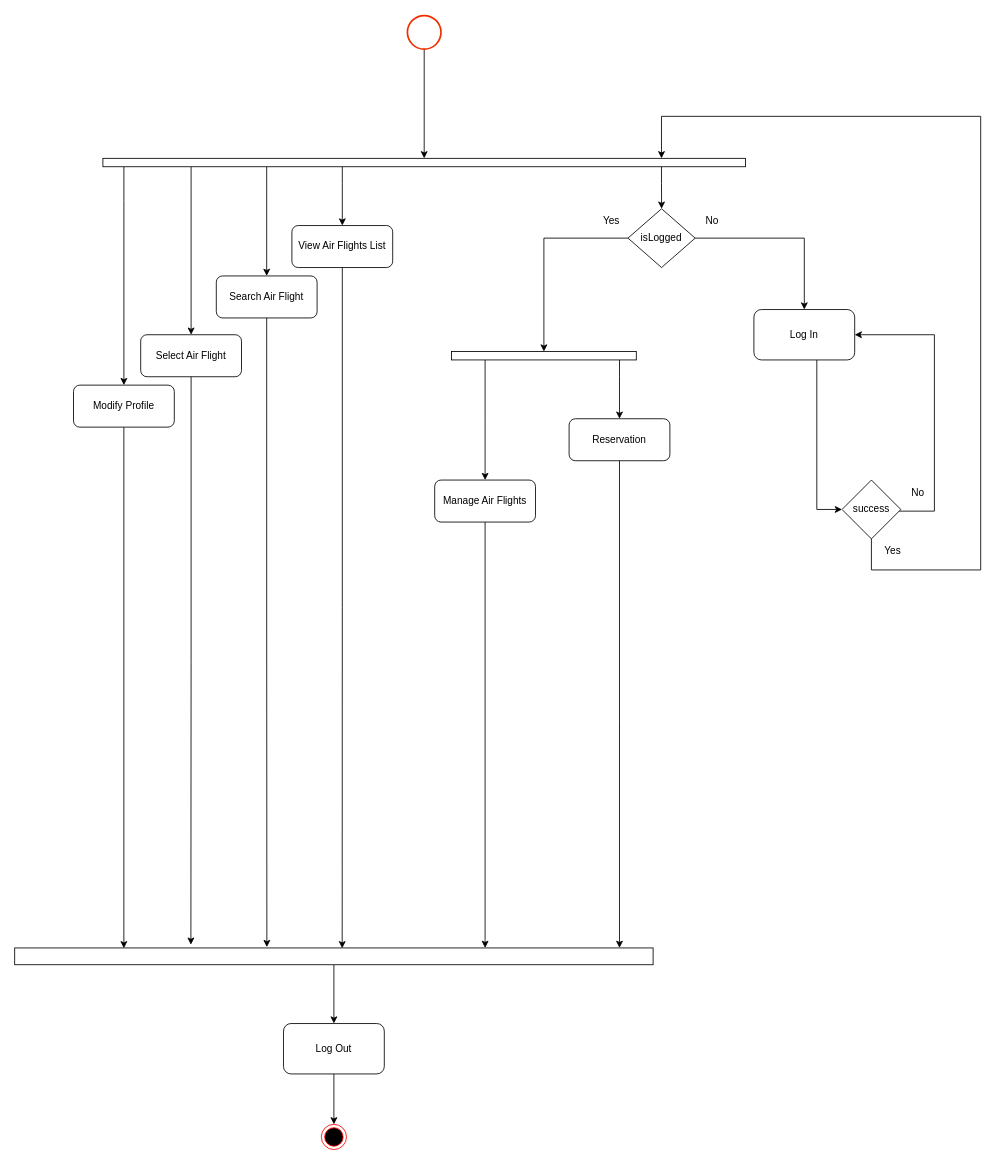
popescumadalin0/air-flight keeps this draw.io diagram as page "ActivityEmployee" (3 of 9) of Diagrams.drawio. Above is the earlier version. Source tidied: cells renumbered, new cells numbered last; positions are measured from the earlier drawing's top-left corner, leaving out a move shared by most shapes. Both pictures are drawn from the tidied source at 84%, with x=0, y=0 at pixel (14, 15).
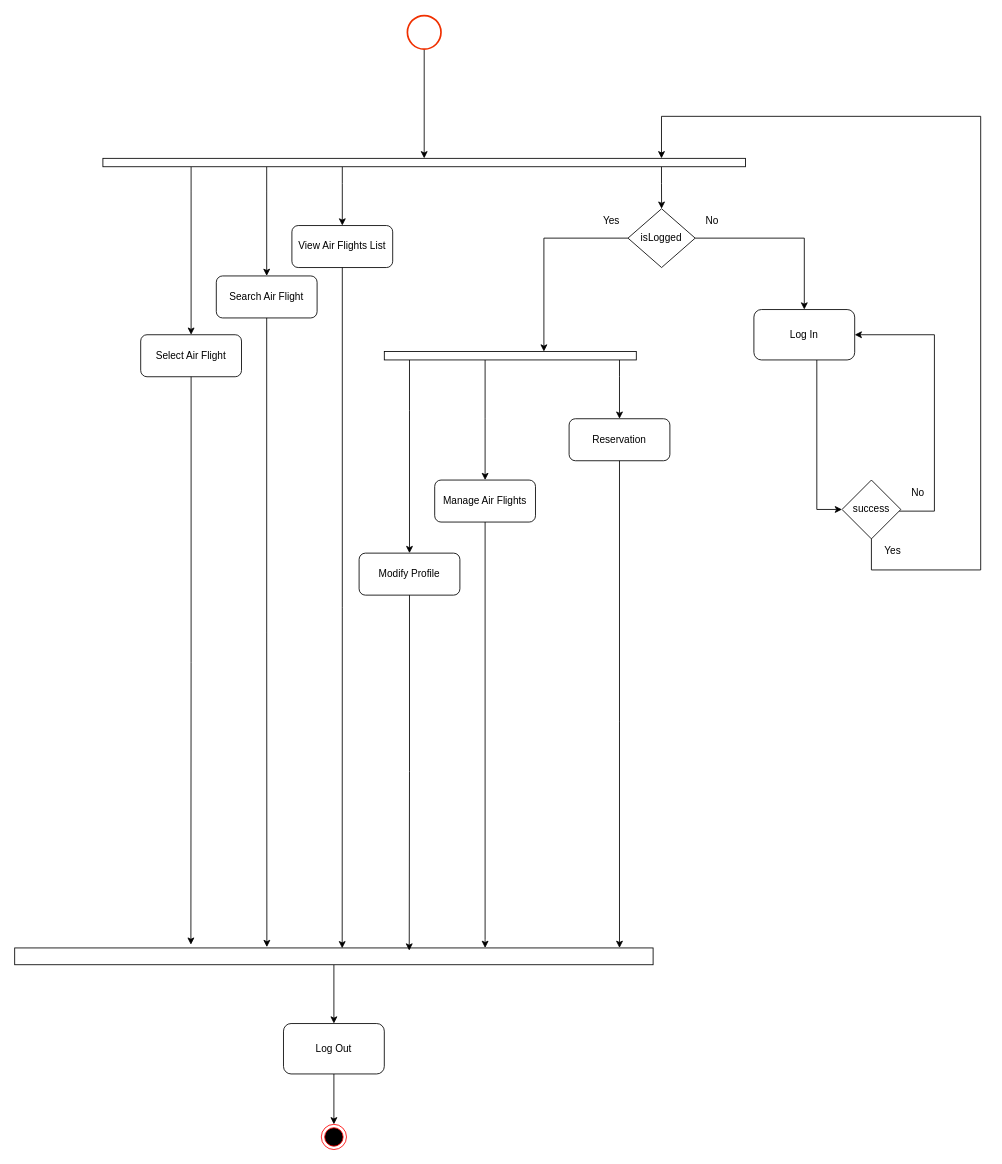
The same diagram, later.

Unchanged cells that the change refers to:
```xml
<mxCell id="10" style="rounded=0;whiteSpace=wrap;html=1;" parent="1" vertex="1">
  <mxGeometry x="105" y="170" width="765" height="10" as="geometry" />
</mxCell>
<mxCell id="28" style="rounded=0;whiteSpace=wrap;html=1;" parent="1" vertex="1">
  <mxGeometry y="1110" width="760" height="20" as="geometry" />
</mxCell>
```

Change to the diagram source:
```diff
@@
-    <mxCell id="5" style="edgeStyle=orthogonalEdgeStyle;rounded=0;jettySize=auto;html=1;entryX=0.5;entryY=0;entryDx=0;entryDy=0;" parent="1" edge="1" source="10" target="12">
-      <mxGeometry relative="1" as="geometry">
-        <Array as="points">
-          <mxPoint x="130" y="220" />
-          <mxPoint x="130" y="220" />
-        </Array>
-      </mxGeometry>
-    </mxCell>
@@
-    <mxCell id="11" style="edgeStyle=orthogonalEdgeStyle;rounded=0;jettySize=auto;html=1;entryX=0.171;entryY=0.021;entryDx=0;entryDy=0;entryPerimeter=0;" parent="1" edge="1" source="12" target="28">
-      <mxGeometry relative="1" as="geometry" />
-    </mxCell>
     <mxCell id="12" value="Modify Profile" style="rounded=1;whiteSpace=wrap;html=1;" parent="1" vertex="1">
-      <mxGeometry x="70" y="440" width="120" height="50" as="geometry" />
+      <mxGeometry x="410" y="640" width="120" height="50" as="geometry" />
     </mxCell>
@@
+    <mxCell id="42" style="edgeStyle=orthogonalEdgeStyle;rounded=0;jettySize=auto;html=1;entryX=0.5;entryY=0;entryDx=0;entryDy=0;" parent="1" edge="1" source="38" target="12">
+      <mxGeometry relative="1" as="geometry">
+        <Array as="points">
+          <mxPoint x="470" y="470" />
+          <mxPoint x="470" y="470" />
+        </Array>
+      </mxGeometry>
+    </mxCell>
     <mxCell id="38" style="rounded=0;whiteSpace=wrap;html=1;" parent="1" vertex="1">
-      <mxGeometry x="520" y="400" width="220" height="10" as="geometry" />
+      <mxGeometry x="440" y="400" width="300" height="10" as="geometry" />
     </mxCell>
@@
+    <mxCell id="11" style="edgeStyle=orthogonalEdgeStyle;rounded=0;jettySize=auto;html=1;entryX=0.618;entryY=0.157;entryDx=0;entryDy=0;entryPerimeter=0;" parent="1" edge="1" source="12" target="28">
+      <mxGeometry relative="1" as="geometry" />
+    </mxCell>
```
